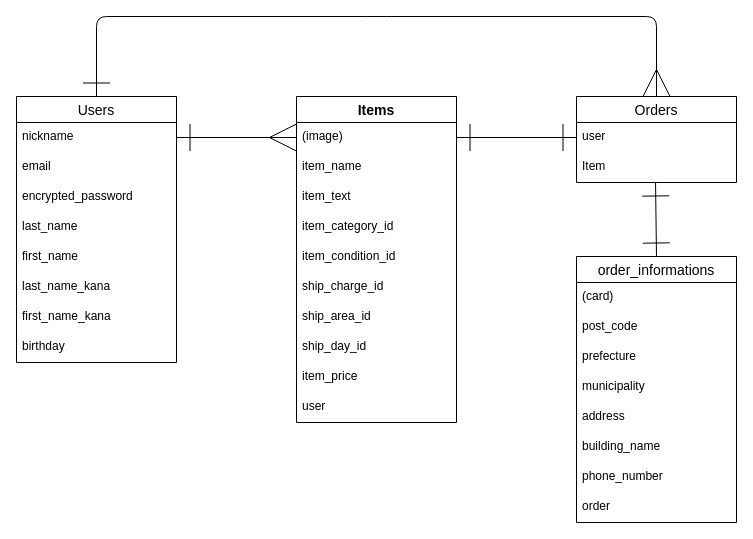
YUKI2959/furima-38699 keeps this draw.io diagram as ER.dio. Above is the earlier version. Source tidied: cells renumbered, new cells numbered last; positions are measured from the earlier drawing's top-left corner, leaving out a move shared by most shapes. Both pictures are drawn from the tidied source at 100%, with x=0, y=0 at pixel (16, 16).
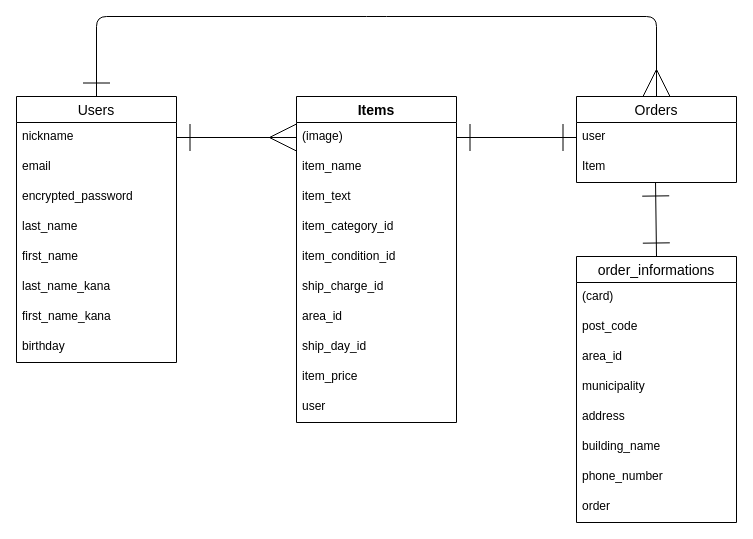
Above is the later version.

Commit message (it also covers changes not shown here):
データベース設計 ER図 & README作成(修正2)

The change refers to these unchanged cells:
```xml
<mxCell id="12" value="Items" style="swimlane;fontStyle=1;horizontal=1;startSize=26;align=center;fontSize=14;" parent="1" vertex="1">
  <mxGeometry x="280" y="80" width="160" height="326" as="geometry" />
</mxCell>
<mxCell id="26" value="order_informations" style="swimlane;fontStyle=0;horizontal=1;startSize=26;align=center;fontSize=14;" parent="1" vertex="1">
  <mxGeometry x="560" y="240" width="160" height="266" as="geometry" />
</mxCell>
```

Diff of the diagram source:
```diff
@@
-    <mxCell id="19" value="ship_area_id" style="text;strokeColor=none;fillColor=none;spacingLeft=4;spacingRight=4;overflow=hidden;fontSize=12;" parent="12" vertex="1">
+    <mxCell id="19" value="area_id" style="text;strokeColor=none;fillColor=none;spacingLeft=4;spacingRight=4;overflow=hidden;fontSize=12;" parent="12" vertex="1">
       <mxGeometry y="206" width="160" height="30" as="geometry" />
     </mxCell>
@@
-    <mxCell id="29" value="prefecture" style="text;strokeColor=none;fillColor=none;spacingLeft=4;spacingRight=4;overflow=hidden;fontSize=12;" parent="26" vertex="1">
+    <mxCell id="29" value="area_id" style="text;strokeColor=none;fillColor=none;spacingLeft=4;spacingRight=4;overflow=hidden;fontSize=12;" parent="26" vertex="1">
       <mxGeometry y="86" width="160" height="30" as="geometry" />
     </mxCell>
```
